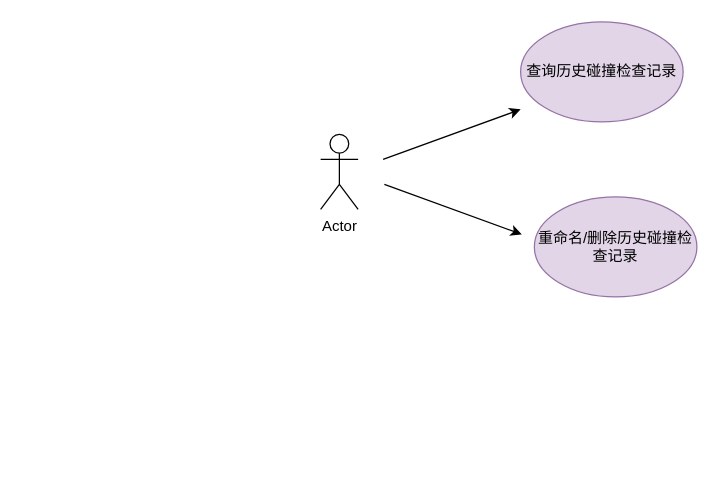
KeatonLi/pictures keeps this draw.io diagram as 碰撞历史结果用例图.drawio. Above is the earlier version. Source tidied: cells renumbered, new cells numbered last; positions are measured from the earlier drawing's top-left corner, leaving out a move shared by most shapes. Both pictures are drawn from the tidied source at 125%, with x=0, y=0 at pixel (320, 21).
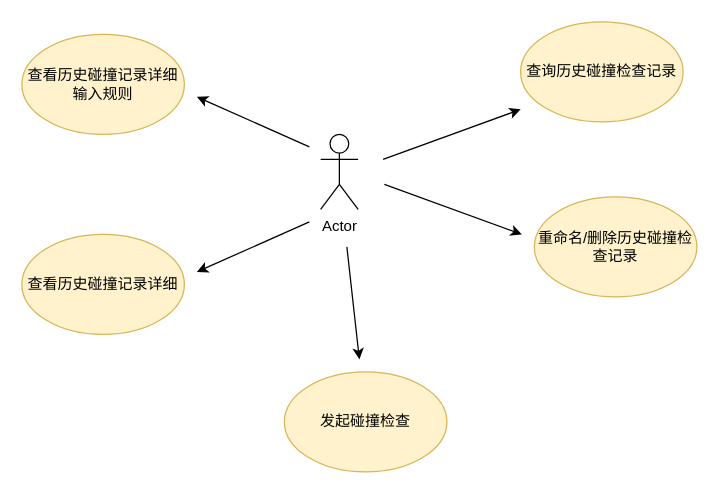
The same diagram, later.

Commit message (it also covers changes not shown here):
更新碰撞历史结果用例图.drawio

What changed in the source:
```diff
@@
 <mxGraphModel>
   <root>
     <mxCell id="0" />
     <mxCell id="1" parent="0" />
     <mxCell id="2" value="Actor" style="shape=umlActor;verticalLabelPosition=bottom;verticalAlign=top;html=1;" parent="1" vertex="1">
       <mxGeometry y="90" width="30" height="60" as="geometry" />
     </mxCell>
     <mxCell id="3" style="endArrow=classic;html=1;rounded=0;" parent="1" edge="1">
       <mxGeometry relative="1" as="geometry">
         <mxPoint x="50" y="110" as="sourcePoint" />
         <mxPoint x="160" y="70" as="targetPoint" />
       </mxGeometry>
     </mxCell>
-    <mxCell id="4" value="查询历史碰撞检查记录" style="ellipse;whiteSpace=wrap;html=1;fillColor=#e1d5e7;strokeColor=#9673a6;" parent="1" vertex="1">
+    <mxCell id="4" value="查询历史碰撞检查记录" style="ellipse;whiteSpace=wrap;html=1;fillColor=#fff2cc;strokeColor=#d6b656;" parent="1" vertex="1">
       <mxGeometry x="160" width="130" height="80" as="geometry" />
     </mxCell>
     <mxCell id="5" style="endArrow=classic;html=1;rounded=0;" parent="1" edge="1">
       <mxGeometry relative="1" as="geometry">
         <mxPoint x="51" y="130" as="sourcePoint" />
         <mxPoint x="161" y="170" as="targetPoint" />
       </mxGeometry>
     </mxCell>
-    <mxCell id="6" value="重命名/删除历史碰撞检查记录" style="ellipse;whiteSpace=wrap;html=1;fillColor=#e1d5e7;strokeColor=#9673a6;" parent="1" vertex="1">
+    <mxCell id="6" value="重命名/删除历史碰撞检查记录" style="ellipse;whiteSpace=wrap;html=1;fillColor=#fff2cc;strokeColor=#d6b656;" parent="1" vertex="1">
       <mxGeometry x="171" y="140" width="130" height="80" as="geometry" />
     </mxCell>
+    <mxCell id="7" style="endArrow=classic;html=1;rounded=0;" parent="1" edge="1">
+      <mxGeometry relative="1" as="geometry">
+        <mxPoint x="-9" y="160" as="sourcePoint" />
+        <mxPoint x="-99" y="200" as="targetPoint" />
+      </mxGeometry>
+    </mxCell>
+    <mxCell id="8" value="查看历史碰撞记录详细" style="ellipse;whiteSpace=wrap;html=1;fillColor=#fff2cc;strokeColor=#d6b656;" parent="1" vertex="1">
+      <mxGeometry x="-239" y="170" width="130" height="80" as="geometry" />
+    </mxCell>
+    <mxCell id="9" value="查看历史碰撞记录详细输入规则" style="ellipse;whiteSpace=wrap;html=1;fillColor=#fff2cc;strokeColor=#d6b656;" parent="1" vertex="1">
+      <mxGeometry x="-239" y="10" width="130" height="80" as="geometry" />
+    </mxCell>
+    <mxCell id="10" style="endArrow=classic;html=1;rounded=0;" parent="1" edge="1">
+      <mxGeometry relative="1" as="geometry">
+        <mxPoint x="-9" y="100" as="sourcePoint" />
+        <mxPoint x="-99" y="60" as="targetPoint" />
+      </mxGeometry>
+    </mxCell>
+    <mxCell id="11" style="endArrow=classic;html=1;rounded=0;" parent="1" edge="1">
+      <mxGeometry relative="1" as="geometry">
+        <mxPoint x="21" y="180" as="sourcePoint" />
+        <mxPoint x="31" y="270" as="targetPoint" />
+      </mxGeometry>
+    </mxCell>
+    <mxCell id="12" value="发起碰撞检查" style="ellipse;whiteSpace=wrap;html=1;fillColor=#fff2cc;strokeColor=#d6b656;" parent="1" vertex="1">
+      <mxGeometry x="-29" y="280" width="130" height="80" as="geometry" />
+    </mxCell>
   </root>
 </mxGraphModel>
```
